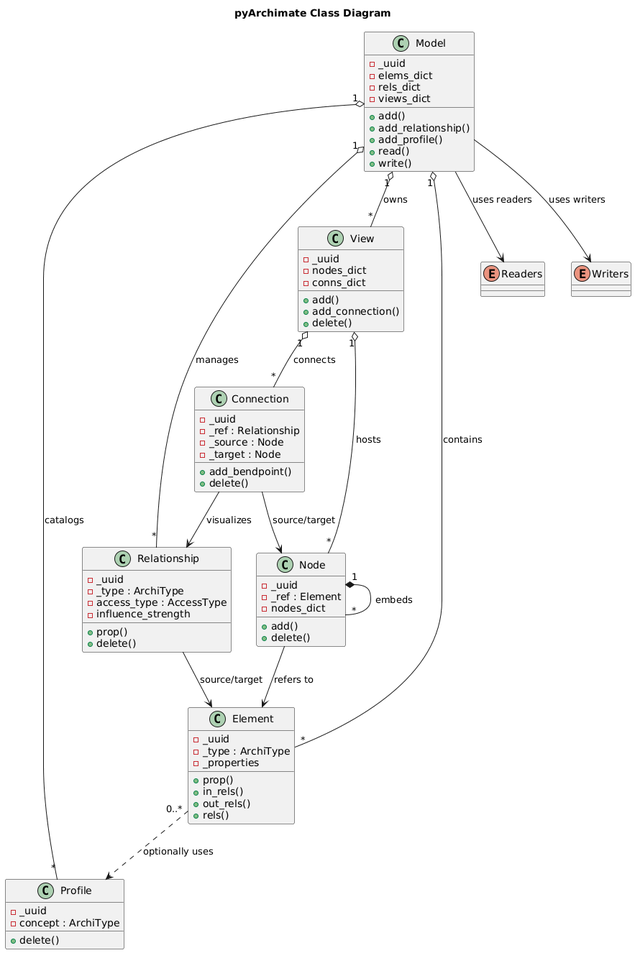
Before: docs/diagrams/class.png, a diagram exported from PlantUML (pyArchimate/pyArchimate).
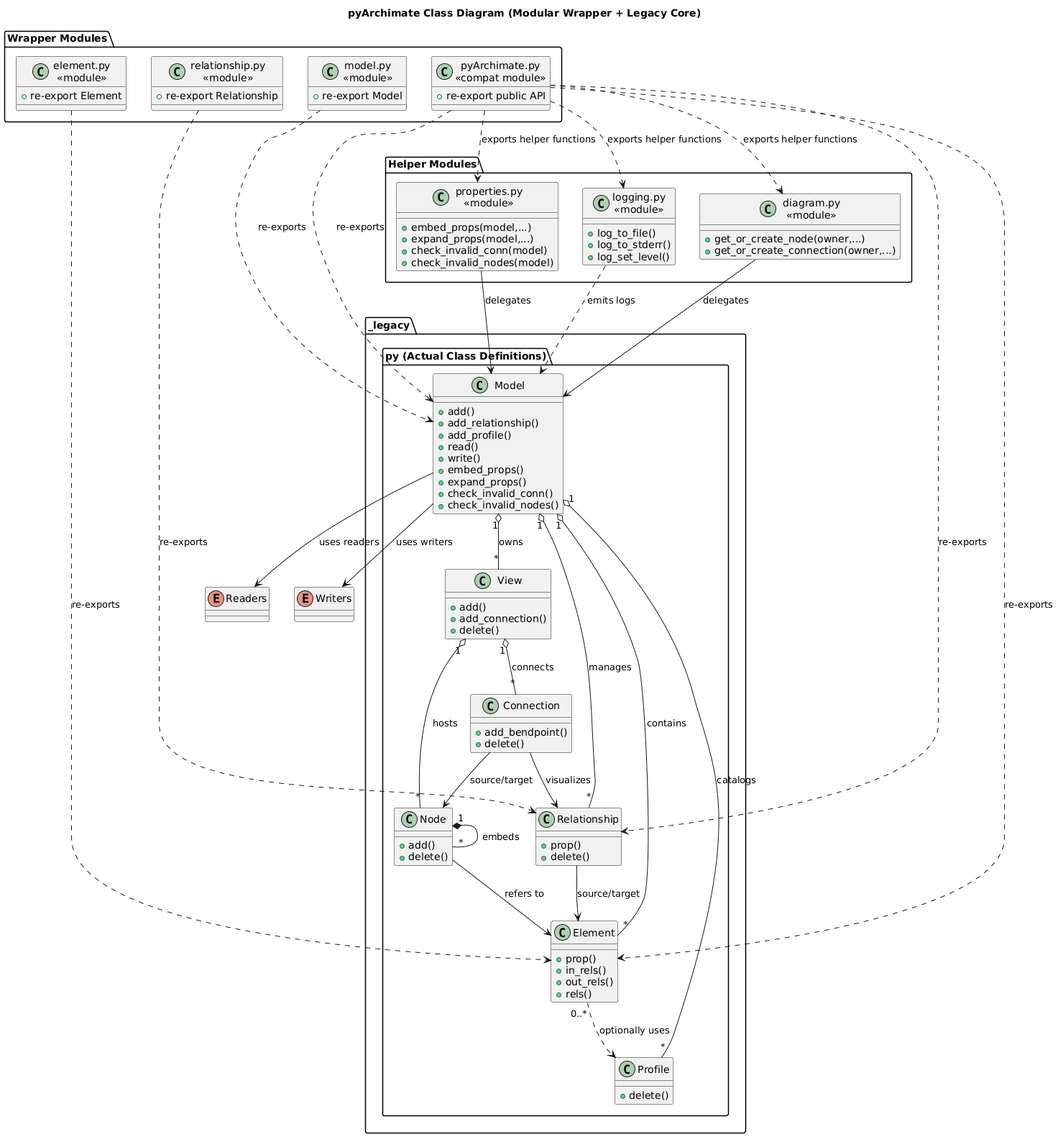
Above is the later version.

The edit, as a diff of the source:
```diff
@@ -1,64 +1,92 @@
 @startuml
-title pyArchimate Class Diagram
+title pyArchimate Class Diagram (Modular Wrapper + Legacy Core)
 
-class Model {
-  - _uuid
-  - elems_dict
-  - rels_dict
-  - views_dict
-  + add()
-  + add_relationship()
-  + add_profile()
-  + read()
-  + write()
+package "Wrapper Modules" {
+  class "model.py\n<<module>>" as ModelModule {
+    + re-export Model
+  }
+  class "element.py\n<<module>>" as ElementModule {
+    + re-export Element
+  }
+  class "relationship.py\n<<module>>" as RelationshipModule {
+    + re-export Relationship
+  }
+  class "pyArchimate.py\n<<compat module>>" as CompatModule {
+    + re-export public API
+  }
 }
-class Element {
-  - _uuid
-  - _type : ArchiType
-  - _properties
-  + prop()
-  + in_rels()
-  + out_rels()
-  + rels()
+
+package "Helper Modules" {
+  class "diagram.py\n<<module>>" as DiagramModule {
+    + get_or_create_node(owner,...)
+    + get_or_create_connection(owner,...)
+  }
+  class "properties.py\n<<module>>" as PropertyModule {
+    + embed_props(model,...)
+    + expand_props(model,...)
+    + check_invalid_conn(model)
+    + check_invalid_nodes(model)
+  }
+  class "logging.py\n<<module>>" as LoggingModule {
+    + log_to_file()
+    + log_to_stderr()
+    + log_set_level()
+  }
 }
-class Relationship {
-  - _uuid
-  - _type : ArchiType
-  - access_type : AccessType
-  - influence_strength
-  + prop()
-  + delete()
+
+package "_legacy.py (Actual Class Definitions)" {
+  class Model {
+    + add()
+    + add_relationship()
+    + add_profile()
+    + read()
+    + write()
+    + embed_props()
+    + expand_props()
+    + check_invalid_conn()
+    + check_invalid_nodes()
+  }
+  class Element {
+    + prop()
+    + in_rels()
+    + out_rels()
+    + rels()
+  }
+  class Relationship {
+    + prop()
+    + delete()
+  }
+  class Profile {
+    + delete()
+  }
+  class View {
+    + add()
+    + add_connection()
+    + delete()
+  }
+  class Node {
+    + add()
+    + delete()
+  }
+  class Connection {
+    + add_bendpoint()
+    + delete()
+  }
 }
-class Profile {
-  - _uuid
-  - concept : ArchiType
-  + delete()
-}
-class View {
-  - _uuid
-  - nodes_dict
-  - conns_dict
-  + add()
-  + add_connection()
-  + delete()
-}
-class Node {
-  - _uuid
-  - _ref : Element
-  - nodes_dict
-  + add()
-  + delete()
-}
-class Connection {
-  - _uuid
-  - _ref : Relationship
-  - _source : Node
-  - _target : Node
-  + add_bendpoint()
-  + delete()
-}
+
 enum Readers
 enum Writers
+
+ModelModule ..> Model : re-exports
+ElementModule ..> Element : re-exports
+RelationshipModule ..> Relationship : re-exports
+CompatModule ..> Model : re-exports
+CompatModule ..> Element : re-exports
+CompatModule ..> Relationship : re-exports
+CompatModule ..> DiagramModule : exports helper functions
+CompatModule ..> PropertyModule : exports helper functions
+CompatModule ..> LoggingModule : exports helper functions
+
 Model "1" o-- "*" Element : contains
 Model "1" o-- "*" Relationship : manages
 Model "1" o-- "*" View : owns
@@ -73,4 +101,7 @@
 Element "0..*" ..> Profile : optionally uses
 Model --> Readers : uses readers
 Model --> Writers : uses writers
+DiagramModule --> Model : delegates
+PropertyModule --> Model : delegates
+LoggingModule ..> Model : emits logs
 @enduml
```
